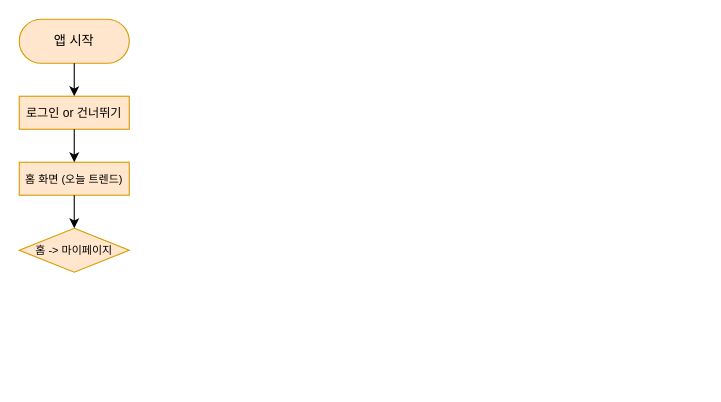
Before: docs/output/FlowChart/start_app.drawio in Trend-Leader-capstoneProject/Designs, a draw.io diagram. Source tidied: cells renumbered, new cells numbered last; positions are measured from the earlier drawing's top-left corner, leaving out a move shared by most shapes. Both pictures are drawn from the tidied source at 110%, with x=0, y=0 at pixel (19, 19).
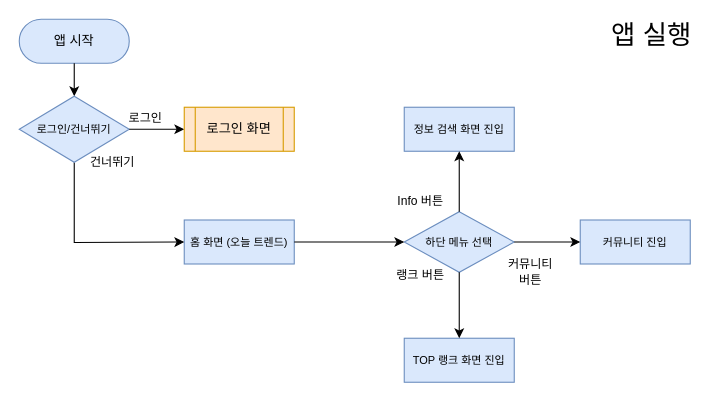
The same page after the edit.

Commit message (it also covers changes not shown here):
[flowchart] 로그인, 앱 실행 순서도

Change to the diagram source:
```diff
@@
-    <mxCell id="2" value="앱 시작" style="rounded=1;whiteSpace=wrap;html=1;arcSize=50;fillColor=#ffe6cc;strokeColor=#d79b00;" parent="1" vertex="1">
+    <mxCell id="2" value="앱 시작" style="rounded=1;whiteSpace=wrap;html=1;arcSize=50;fillColor=#dae8fc;strokeColor=#6c8ebf;" parent="1" vertex="1">
       <mxGeometry width="100" height="40" as="geometry" />
     </mxCell>
-    <mxCell id="3" style="endArrow=classic;html=1;rounded=0;exitX=0.5;exitY=1;exitDx=0;exitDy=0;entryX=0.5;entryY=0;entryDx=0;entryDy=0;" parent="1" edge="1" source="2" target="4">
-      <mxGeometry relative="1" as="geometry" />
+    <mxCell id="3" style="endArrow=classic;html=1;rounded=0;exitX=0.5;exitY=1;exitDx=0;exitDy=0;entryX=0.5;entryY=0;entryDx=0;entryDy=0;" parent="1" edge="1" source="2">
+      <mxGeometry relative="1" as="geometry">
+        <mxPoint x="50" y="70" as="targetPoint" />
+      </mxGeometry>
     </mxCell>
-    <mxCell id="4" value="&lt;font style=&quot;font-size: 11px;&quot;&gt;로그인 or 건너뛰기&lt;/font&gt;" style="rounded=0;whiteSpace=wrap;html=1;fillColor=#ffe6cc;strokeColor=#d79b00;" parent="1" vertex="1">
-      <mxGeometry y="70" width="100" height="30" as="geometry" />
-    </mxCell>
-    <mxCell id="5" value="&lt;font style=&quot;font-size: 10px;&quot;&gt;홈 화면 (오늘 트렌드)&lt;/font&gt;" style="rounded=0;whiteSpace=wrap;html=1;fillColor=#ffe6cc;strokeColor=#d79b00;" parent="1" vertex="1">
-      <mxGeometry y="130" width="100" height="30" as="geometry" />
+    <mxCell id="5" value="&lt;font style=&quot;font-size: 10px;&quot;&gt;홈 화면 (오늘 트렌드)&lt;/font&gt;" style="rounded=0;whiteSpace=wrap;html=1;fillColor=#dae8fc;strokeColor=#6c8ebf;" parent="1" vertex="1">
+      <mxGeometry x="150" y="182.5" width="100" height="40" as="geometry" />
     </mxCell>
-    <mxCell id="6" style="endArrow=classic;html=1;rounded=0;exitX=0.5;exitY=1;exitDx=0;exitDy=0;entryX=0.5;entryY=0;entryDx=0;entryDy=0;" parent="1" edge="1" source="4" target="5">
-      <mxGeometry relative="1" as="geometry" />
+    <mxCell id="6" style="endArrow=classic;html=1;rounded=0;exitX=0.5;exitY=1;exitDx=0;exitDy=0;entryX=0;entryY=0.5;entryDx=0;entryDy=0;" parent="1" edge="1" source="9" target="5">
+      <mxGeometry relative="1" as="geometry">
+        <Array as="points">
+          <mxPoint x="50" y="203" />
+        </Array>
+      </mxGeometry>
     </mxCell>
-    <mxCell id="7" value="&lt;font size=&quot;1&quot;&gt;홈 -&amp;gt; 마이페이지&lt;/font&gt;" style="rhombus;whiteSpace=wrap;html=1;fillColor=#ffe6cc;strokeColor=#d79b00;" parent="1" vertex="1">
-      <mxGeometry y="190" width="100" height="40" as="geometry" />
+    <mxCell id="7" value="&lt;font size=&quot;1&quot;&gt;하단 메뉴 선택&lt;br&gt;&lt;/font&gt;" style="rhombus;whiteSpace=wrap;html=1;fillColor=#dae8fc;strokeColor=#6c8ebf;" parent="1" vertex="1">
+      <mxGeometry x="350" y="175" width="100" height="55" as="geometry" />
     </mxCell>
+    <mxCell id="9" value="&lt;font size=&quot;1&quot;&gt;로그인/건너뛰기&lt;/font&gt;" style="rhombus;whiteSpace=wrap;html=1;fillColor=#dae8fc;strokeColor=#6c8ebf;" parent="1" vertex="1">
+      <mxGeometry y="70" width="100" height="60" as="geometry" />
+    </mxCell>
+    <mxCell id="10" style="endArrow=classic;html=1;rounded=0;exitX=1;exitY=0.5;exitDx=0;exitDy=0;entryX=0;entryY=0.5;entryDx=0;entryDy=0;" parent="1" edge="1" source="9" target="16">
+      <mxGeometry relative="1" as="geometry" />
+    </mxCell>
-    <mxCell id="8" style="endArrow=classic;html=1;rounded=0;exitX=0.5;exitY=1;exitDx=0;exitDy=0;entryX=0.5;entryY=0;entryDx=0;entryDy=0;" parent="1" edge="1" source="5" target="7">
+    <mxCell id="8" style="endArrow=classic;html=1;rounded=0;exitX=1;exitY=0.5;exitDx=0;exitDy=0;entryX=0;entryY=0.5;entryDx=0;entryDy=0;" parent="1" edge="1" source="5" target="7">
       <mxGeometry relative="1" as="geometry" />
     </mxCell>
+    <mxCell id="11" value="로그인" style="text;html=1;whiteSpace=wrap;strokeColor=none;fillColor=none;align=center;verticalAlign=middle;rounded=0;fontSize=11;" parent="1" vertex="1">
+      <mxGeometry x="90" y="80" width="50" height="20" as="geometry" />
+    </mxCell>
+    <mxCell id="12" value="건너뛰기" style="text;html=1;whiteSpace=wrap;strokeColor=none;fillColor=none;align=center;verticalAlign=middle;rounded=0;fontSize=11;" parent="1" vertex="1">
+      <mxGeometry x="60" y="120" width="50" height="20" as="geometry" />
+    </mxCell>
+    <mxCell id="13" value="&lt;span style=&quot;font-size: 10px;&quot;&gt;TOP 랭크 화면 진입&lt;/span&gt;" style="rounded=0;whiteSpace=wrap;html=1;fillColor=#dae8fc;strokeColor=#6c8ebf;" parent="1" vertex="1">
+      <mxGeometry x="350" y="290" width="100" height="40" as="geometry" />
+    </mxCell>
+    <mxCell id="14" style="endArrow=classic;html=1;rounded=0;exitX=0.5;exitY=1;exitDx=0;exitDy=0;entryX=0.5;entryY=0;entryDx=0;entryDy=0;" parent="1" edge="1" source="7" target="13">
+      <mxGeometry relative="1" as="geometry" />
+    </mxCell>
+    <mxCell id="15" style="edgeStyle=orthogonalEdgeStyle;rounded=0;orthogonalLoop=1;jettySize=auto;html=1;exitX=0.5;exitY=1;exitDx=0;exitDy=0;" parent="1" edge="1">
+      <mxGeometry relative="1" as="geometry">
+        <mxPoint x="200" y="120" as="sourcePoint" />
+        <mxPoint x="200" y="120" as="targetPoint" />
+      </mxGeometry>
+    </mxCell>
+    <mxCell id="16" value="로그인 화면" style="shape=process;whiteSpace=wrap;html=1;backgroundOutline=1;fillColor=#ffe6cc;strokeColor=#d79b00;" parent="1" vertex="1">
+      <mxGeometry x="150" y="80" width="100" height="40" as="geometry" />
+    </mxCell>
+    <mxCell id="17" value="&lt;span style=&quot;font-size: 10px;&quot;&gt;커뮤니티 진입&lt;/span&gt;" style="rounded=0;whiteSpace=wrap;html=1;fillColor=#dae8fc;strokeColor=#6c8ebf;" parent="1" vertex="1">
+      <mxGeometry x="510" y="182.5" width="100" height="40" as="geometry" />
+    </mxCell>
+    <mxCell id="18" style="endArrow=classic;html=1;rounded=0;exitX=1;exitY=0.5;exitDx=0;exitDy=0;entryX=0;entryY=0.5;entryDx=0;entryDy=0;" parent="1" edge="1" source="7" target="17">
+      <mxGeometry relative="1" as="geometry" />
+    </mxCell>
+    <mxCell id="19" value="&lt;span style=&quot;font-size: 10px;&quot;&gt;정보 검색 화면 진입&lt;/span&gt;" style="rounded=0;whiteSpace=wrap;html=1;fillColor=#dae8fc;strokeColor=#6c8ebf;" parent="1" vertex="1">
+      <mxGeometry x="350" y="80" width="100" height="40" as="geometry" />
+    </mxCell>
+    <mxCell id="20" style="endArrow=classic;html=1;rounded=0;exitX=0.5;exitY=0;exitDx=0;exitDy=0;entryX=0.5;entryY=1;entryDx=0;entryDy=0;" parent="1" edge="1" source="7" target="19">
+      <mxGeometry relative="1" as="geometry" />
+    </mxCell>
+    <mxCell id="21" value="랭크 버튼" style="text;html=1;whiteSpace=wrap;strokeColor=none;fillColor=none;align=center;verticalAlign=middle;rounded=0;fontSize=11;" parent="1" vertex="1">
+      <mxGeometry x="340" y="222.5" width="50" height="20" as="geometry" />
+    </mxCell>
+    <mxCell id="22" value="커뮤니티&lt;br&gt;버튼" style="text;html=1;whiteSpace=wrap;strokeColor=none;fillColor=none;align=center;verticalAlign=middle;rounded=0;fontSize=11;" parent="1" vertex="1">
+      <mxGeometry x="440" y="220" width="50" height="20" as="geometry" />
+    </mxCell>
+    <mxCell id="23" value="Info 버튼" style="text;html=1;whiteSpace=wrap;strokeColor=none;fillColor=none;align=center;verticalAlign=middle;rounded=0;fontSize=11;" parent="1" vertex="1">
+      <mxGeometry x="340" y="155" width="50" height="20" as="geometry" />
+    </mxCell>
+    <mxCell id="24" value="&lt;font style=&quot;font-size: 24px;&quot;&gt;앱 실행&lt;/font&gt;" style="text;html=1;whiteSpace=wrap;strokeColor=none;fillColor=none;align=center;verticalAlign=middle;rounded=0;" parent="1" vertex="1">
+      <mxGeometry x="530" width="90" height="30" as="geometry" />
+    </mxCell>
```
